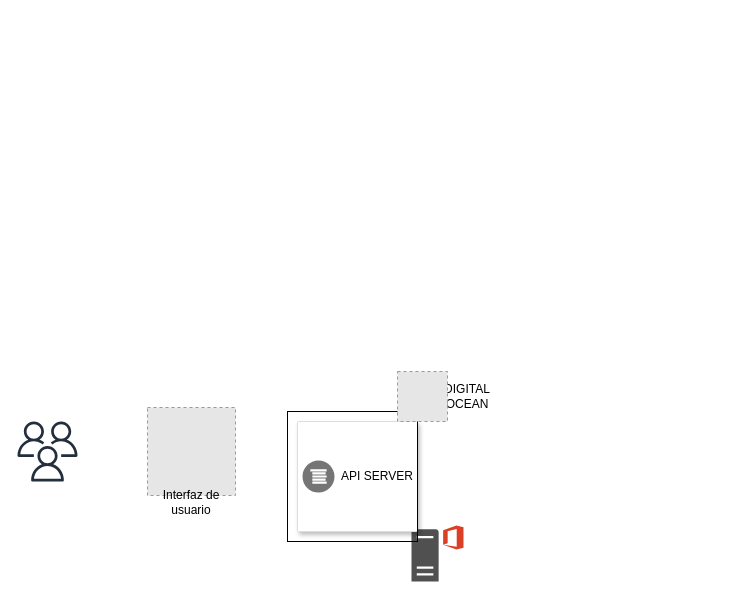
Above: Diagrama sin título.drawio in jorgiibe/prueba5 (draw.io), before the change. Source tidied: cells renumbered, new cells numbered last; positions are measured from the earlier drawing's top-left corner, leaving out a move shared by most shapes. Both pictures are drawn from the tidied source at 100%, with x=0, y=0 at pixel (17, 371). Pictures stored in the file or linked from it are replaced by grey dashed boxes.
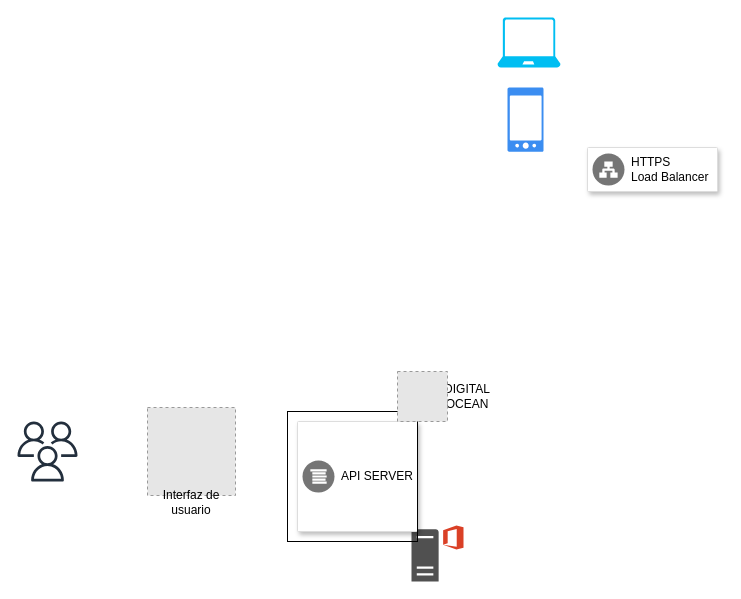
Above is the later version.

Change to the diagram source:
```diff
@@
 <mxGraphModel>
   <root>
     <mxCell id="0" />
     <mxCell id="1" parent="0" />
     <mxCell id="2" style="sketch=0;fontColor=#232F3E;gradientColor=none;fillColor=#232F3D;strokeColor=none;dashed=0;verticalLabelPosition=bottom;verticalAlign=top;align=center;html=1;fontSize=12;fontStyle=0;shape=mxgraph.aws4.users;" parent="1" vertex="1">
       <mxGeometry y="50" width="60" height="60" as="geometry" />
     </mxCell>
     <mxCell id="3" style="fillColor=#E6E6E6;strokeColor=#999999;dashed=1;html=1;verticalAlign=top;verticalLabelPosition=bottom;labelBackgroundColor=#ffffff;" parent="1" vertex="1">
       <mxGeometry x="130" y="36" width="88" height="88" as="geometry" />
     </mxCell>
     <mxCell id="4" value="Interfaz de usuario" style="text;html=1;strokeColor=none;fillColor=none;align=center;verticalAlign=middle;whiteSpace=wrap;rounded=0;" parent="1" vertex="1">
       <mxGeometry x="144" y="116" width="60" height="30" as="geometry" />
     </mxCell>
     <mxCell id="5" style="sketch=0;shadow=0;dashed=0;html=1;strokeColor=none;fillColor=#505050;labelPosition=center;verticalLabelPosition=bottom;verticalAlign=top;align=center;shape=mxgraph.office.servers.office_web_apps_server;" parent="1" vertex="1">
       <mxGeometry x="394" y="154" width="52" height="56" as="geometry" />
     </mxCell>
     <mxCell id="6" style="strokeColor=#dddddd;shadow=1;strokeWidth=1;rounded=1;absoluteArcSize=1;arcSize=2;" parent="1" vertex="1">
       <mxGeometry x="280" y="50" width="120" height="110" as="geometry" />
     </mxCell>
     <mxCell id="7" value="API SERVER" style="sketch=0;dashed=0;html=1;fillColor=#757575;strokeColor=none;shape=mxgraph.gcp2.logs_api;labelPosition=right;verticalLabelPosition=middle;align=left;verticalAlign=middle;spacingLeft=5;fontSize=12;" parent="6" vertex="1">
       <mxGeometry y="0.5" width="32" height="32" relative="1" as="geometry">
         <mxPoint x="5" y="-16" as="offset" />
       </mxGeometry>
     </mxCell>
     <mxCell id="8" style="whiteSpace=wrap;html=1;fillColor=none;" parent="6" vertex="1">
       <mxGeometry x="-10" y="-10" width="130" height="130" as="geometry" />
     </mxCell>
     <mxCell id="9" value="DIGITAL OCEAN" style="text;html=1;strokeColor=none;fillColor=none;align=center;verticalAlign=middle;whiteSpace=wrap;rounded=0;" parent="1" vertex="1">
       <mxGeometry x="420" y="10" width="60" height="30" as="geometry" />
     </mxCell>
     <mxCell id="10" style="fillColor=#E6E6E6;strokeColor=#999999;dashed=1;html=1;verticalAlign=top;verticalLabelPosition=bottom;labelBackgroundColor=#ffffff;" parent="1" vertex="1">
       <mxGeometry x="380" width="50" height="50" as="geometry" />
     </mxCell>
+    <mxCell id="11" style="sketch=0;html=1;strokeColor=none;shadow=0;fillColor=#3B8DF1;verticalAlign=top;labelPosition=center;verticalLabelPosition=bottom;shape=mxgraph.gcp2.phone_android;" parent="1" vertex="1">
+      <mxGeometry x="490" y="-284" width="36" height="64.3" as="geometry" />
+    </mxCell>
+    <mxCell id="12" style="verticalLabelPosition=bottom;html=1;verticalAlign=top;align=center;strokeColor=none;fillColor=#00BEF2;shape=mxgraph.azure.laptop;" parent="1" vertex="1">
+      <mxGeometry x="480" y="-354" width="63" height="50" as="geometry" />
+    </mxCell>
+    <mxCell id="13" style="strokeColor=#dddddd;shadow=1;strokeWidth=1;rounded=1;absoluteArcSize=1;arcSize=2;" parent="1" vertex="1">
+      <mxGeometry x="570" y="-224" width="130" height="44" as="geometry" />
+    </mxCell>
+    <mxCell id="14" value="HTTPS&#10;Load Balancer" style="sketch=0;dashed=0;html=1;fillColor=#757575;strokeColor=none;shape=mxgraph.gcp2.network_load_balancer;labelPosition=right;verticalLabelPosition=middle;align=left;verticalAlign=middle;spacingLeft=5;fontSize=12;" parent="13" vertex="1">
+      <mxGeometry y="0.5" width="32" height="32" relative="1" as="geometry">
+        <mxPoint x="5" y="-16" as="offset" />
+      </mxGeometry>
+    </mxCell>
   </root>
 </mxGraphModel>
```
